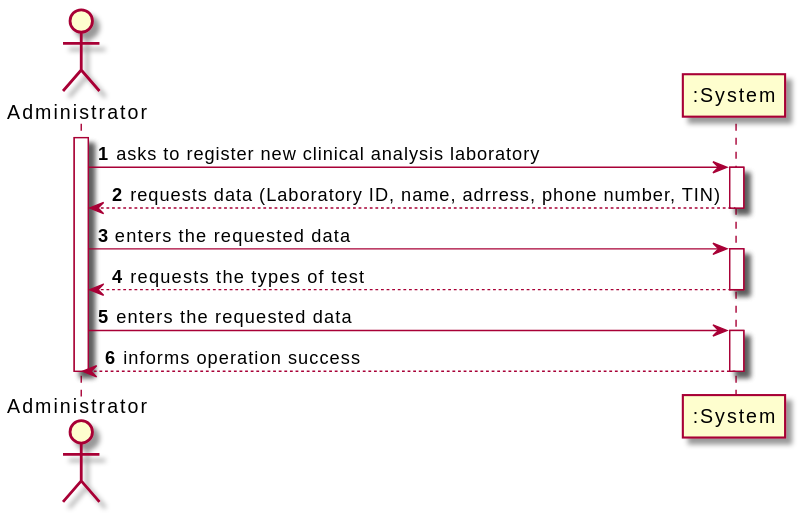
Earlier version of the PlantUML export docs/SprintB/US_8/ImagesUsed/US8_SSD.svg (RuiRioPina/LAPR2-20-21). The source it was exported from:
```plantuml
@startuml
autonumber
actor "Administrator" as ADMIN

activate ADMIN
ADMIN-> ":System" : asks to register new clinical analysis laboratory
activate ":System"
":System" --> ADMIN : requests data (Laboratory ID, name, adrress, phone number, TIN)
deactivate ":System"

ADMIN -> ":System" : enters the requested data
activate ":System"
":System" --> ADMIN : requests the types of test
deactivate ":System"

ADMIN -> ":System" : enters the requested data
activate ":System"
":System" --> ADMIN : informs operation success
deactivate ":System"

deactivate ADMIN
@enduml
```
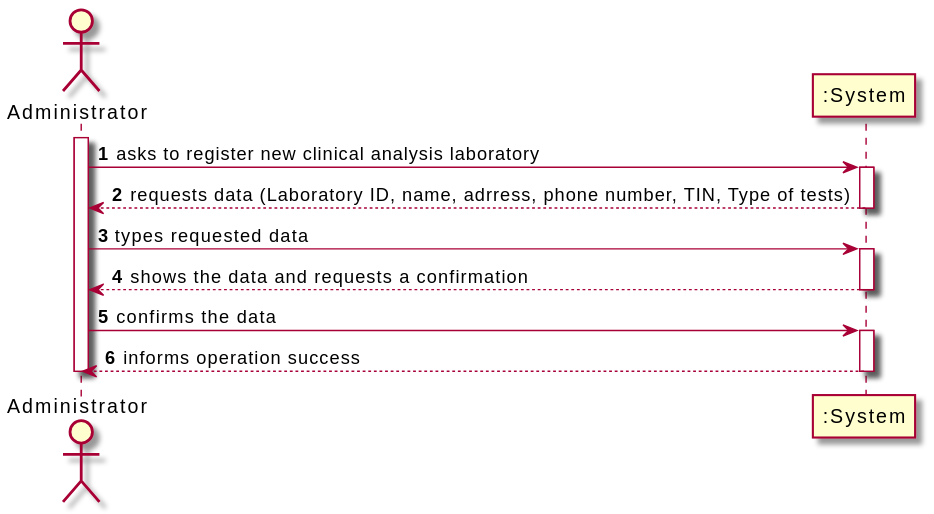
After the change.

Commit message:
Correcting errors in US8_SSD.svg file

Change to the diagram source:
```diff
@@ -5,15 +5,15 @@
 activate ADMIN
 ADMIN-> ":System" : asks to register new clinical analysis laboratory
 activate ":System"
-":System" --> ADMIN : requests data (Laboratory ID, name, adrress, phone number, TIN)
+":System" --> ADMIN : requests data (Laboratory ID, name, adrress, phone number, TIN, Type of tests)
 deactivate ":System"
 
-ADMIN -> ":System" : enters the requested data
+ADMIN -> ":System" : types requested data
 activate ":System"
-":System" --> ADMIN : requests the types of test
+":System" --> ADMIN : shows the data and requests a confirmation
 deactivate ":System"
 
-ADMIN -> ":System" : enters the requested data
+ADMIN -> ":System" : confirms the data
 activate ":System"
 ":System" --> ADMIN : informs operation success
 deactivate ":System"
```
